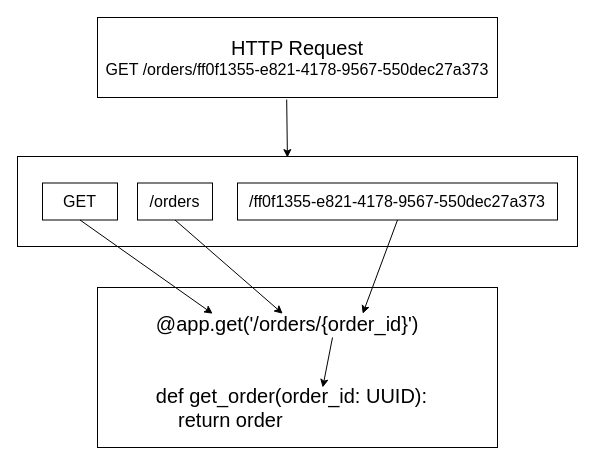
This is page "2.5" (6 of 12) of ch02.drawio from abunuwas/microservices-apis-img, a draw.io file, before an edit. Source tidied: cells renumbered, new cells numbered last; positions are measured from the earlier drawing's top-left corner, leaving out a move shared by most shapes. Both pictures are drawn from the tidied source at 100%, with x=0, y=0 at pixel (17, 17).
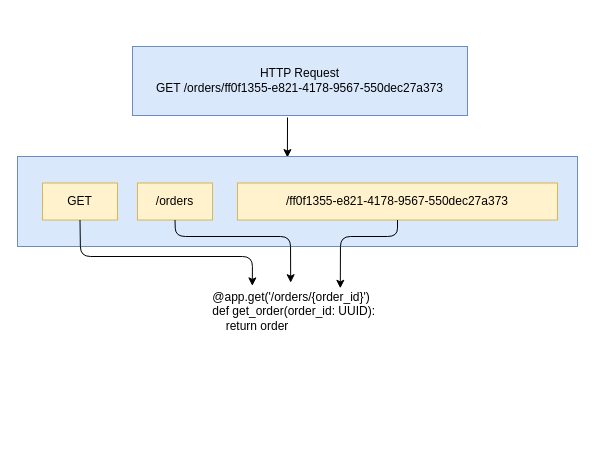
The same page after the edit.

Diff of the diagram source:
```diff
@@
 <mxGraphModel>
   <root>
     <mxCell id="0" />
     <mxCell id="1" parent="0" />
-    <mxCell id="2" value="&lt;font&gt;&lt;font style=&quot;font-size: 20px&quot;&gt;HTTP Request&lt;/font&gt;&lt;br&gt;&lt;span style=&quot;font-size: 16px&quot;&gt;GET /orders/&lt;/span&gt;&lt;span style=&quot;font-size: 16px ; line-height: 15.6933px ; font-family: &amp;#34;calibri&amp;#34; , sans-serif&quot;&gt;ff0f1355-e821-4178-9567-550dec27a373&lt;/span&gt;&lt;/font&gt;&lt;span style=&quot;font-size: medium&quot;&gt;&lt;/span&gt;" style="text;html=1;fillColor=none;align=center;verticalAlign=middle;whiteSpace=wrap;rounded=0;strokeColor=#000000;" parent="1" vertex="1">
-      <mxGeometry x="80" width="400" height="80" as="geometry" />
+    <mxCell id="2" value="&lt;font style=&quot;font-size: 12px;&quot;&gt;&lt;font style=&quot;font-size: 12px;&quot;&gt;HTTP Request&lt;/font&gt;&lt;br style=&quot;font-size: 12px;&quot;&gt;&lt;span style=&quot;font-size: 12px;&quot;&gt;GET /orders/&lt;/span&gt;&lt;span style=&quot;font-size: 12px; line-height: 15.6933px; font-family: calibri, sans-serif;&quot;&gt;ff0f1355-e821-4178-9567-550dec27a373&lt;/span&gt;&lt;/font&gt;&lt;span style=&quot;font-size: 12px;&quot;&gt;&lt;/span&gt;" style="text;html=1;fillColor=#dae8fc;align=center;verticalAlign=middle;whiteSpace=wrap;rounded=0;strokeColor=#6c8ebf;fontSize=12;" parent="1" vertex="1">
+      <mxGeometry x="115" y="29" width="335" height="69" as="geometry" />
     </mxCell>
-    <mxCell id="3" value="&lt;div style=&quot;text-align: left ; font-size: 20px&quot;&gt;&lt;font style=&quot;font-size: 20px&quot;&gt;&lt;br&gt;&lt;/font&gt;&lt;/div&gt;&lt;div style=&quot;text-align: left ; font-size: 20px&quot;&gt;&lt;font style=&quot;font-size: 20px&quot;&gt;@app.get('/orders/{order_id}')&amp;nbsp;&lt;/font&gt;&lt;/div&gt;&lt;div style=&quot;text-align: left ; font-size: 20px&quot;&gt;&lt;font style=&quot;font-size: 20px&quot;&gt;&lt;br&gt;&lt;/font&gt;&lt;/div&gt;&lt;div style=&quot;text-align: left ; font-size: 20px&quot;&gt;&lt;font style=&quot;font-size: 20px&quot;&gt;&amp;nbsp;&lt;/font&gt;&lt;/div&gt;&lt;div style=&quot;text-align: left ; font-size: 20px&quot;&gt;&lt;font style=&quot;font-size: 20px&quot;&gt;def get_order(order_id: UUID):&amp;nbsp;&amp;nbsp;&lt;/font&gt;&lt;/div&gt;&lt;div style=&quot;text-align: left ; font-size: 20px&quot;&gt;&lt;font style=&quot;font-size: 20px&quot;&gt;&amp;nbsp; &amp;nbsp; return order&lt;/font&gt;&lt;/div&gt;&lt;div&gt;&lt;br&gt;&lt;/div&gt;" style="text;html=1;fillColor=none;align=center;verticalAlign=middle;whiteSpace=wrap;rounded=0;strokeColor=#000000;" parent="1" vertex="1">
-      <mxGeometry x="80" y="270" width="400" height="160" as="geometry" />
+    <mxCell id="3" value="&lt;div style=&quot;text-align: left; font-size: 12px;&quot;&gt;&lt;font style=&quot;font-size: 12px;&quot;&gt;&lt;br style=&quot;font-size: 12px;&quot;&gt;&lt;/font&gt;&lt;/div&gt;&lt;div style=&quot;text-align: left; font-size: 12px;&quot;&gt;&lt;font style=&quot;font-size: 12px;&quot;&gt;@app.get('/orders/{order_id}')&amp;nbsp;&lt;/font&gt;&lt;span style=&quot;font-size: 12px;&quot;&gt;&amp;nbsp;&lt;/span&gt;&lt;/div&gt;&lt;div style=&quot;text-align: left; font-size: 12px;&quot;&gt;&lt;font style=&quot;font-size: 12px;&quot;&gt;def get_order(order_id: UUID):&amp;nbsp;&amp;nbsp;&lt;/font&gt;&lt;/div&gt;&lt;div style=&quot;text-align: left; font-size: 12px;&quot;&gt;&lt;font style=&quot;font-size: 12px;&quot;&gt;&amp;nbsp; &amp;nbsp; return order&lt;/font&gt;&lt;/div&gt;&lt;div style=&quot;font-size: 12px;&quot;&gt;&lt;br style=&quot;font-size: 12px;&quot;&gt;&lt;/div&gt;" style="text;html=1;fillColor=none;align=center;verticalAlign=middle;whiteSpace=wrap;rounded=0;fontSize=12;" parent="1" vertex="1">
+      <mxGeometry x="80" y="269" width="400" height="50" as="geometry" />
     </mxCell>
-    <mxCell id="4" style="endArrow=classic;html=1;exitX=0.473;exitY=1.025;exitDx=0;exitDy=0;exitPerimeter=0;entryX=0.482;entryY=0.012;entryDx=0;entryDy=0;entryPerimeter=0;" parent="1" edge="1" source="2" target="5">
-      <mxGeometry relative="1" as="geometry" />
+    <mxCell id="4" style="endArrow=classic;html=1;entryX=0.482;entryY=0.012;entryDx=0;entryDy=0;entryPerimeter=0;fontSize=12;" parent="1" edge="1" target="5">
+      <mxGeometry relative="1" as="geometry">
+        <mxPoint x="270" y="100" as="sourcePoint" />
+      </mxGeometry>
     </mxCell>
-    <mxCell id="5" style="rounded=0;whiteSpace=wrap;html=1;strokeColor=#000000;strokeWidth=1;" parent="1" vertex="1">
+    <mxCell id="5" style="rounded=0;whiteSpace=wrap;html=1;strokeColor=#6c8ebf;strokeWidth=1;fontSize=12;fillColor=#dae8fc;" parent="1" vertex="1">
       <mxGeometry y="139" width="560" height="90" as="geometry" />
     </mxCell>
-    <mxCell id="6" value="&lt;font style=&quot;font-size: 16px&quot;&gt;GET&lt;/font&gt;" style="text;html=1;fillColor=none;align=center;verticalAlign=middle;whiteSpace=wrap;rounded=0;strokeColor=#000000;" parent="1" vertex="1">
+    <mxCell id="6" value="&lt;font style=&quot;font-size: 12px;&quot;&gt;GET&lt;/font&gt;" style="text;html=1;fillColor=#fff2cc;align=center;verticalAlign=middle;whiteSpace=wrap;rounded=0;strokeColor=#d6b656;fontSize=12;" parent="1" vertex="1">
       <mxGeometry x="25" y="165.5" width="75" height="37" as="geometry" />
     </mxCell>
-    <mxCell id="7" value="&lt;font style=&quot;font-size: 16px&quot;&gt;/orders&lt;/font&gt;" style="text;html=1;fillColor=none;align=center;verticalAlign=middle;whiteSpace=wrap;rounded=0;strokeColor=#000000;" parent="1" vertex="1">
+    <mxCell id="7" value="&lt;font style=&quot;font-size: 12px;&quot;&gt;/orders&lt;/font&gt;" style="text;html=1;fillColor=#fff2cc;align=center;verticalAlign=middle;whiteSpace=wrap;rounded=0;strokeColor=#d6b656;fontSize=12;" parent="1" vertex="1">
       <mxGeometry x="120" y="165.5" width="75" height="37" as="geometry" />
     </mxCell>
-    <mxCell id="8" value="&lt;font style=&quot;font-size: 16px&quot;&gt;/&lt;/font&gt;&lt;span style=&quot;font-family: &amp;#34;calibri&amp;#34; , sans-serif ; font-size: 16px&quot;&gt;ff0f1355-e821-4178-9567-550dec27a373&lt;/span&gt;" style="text;html=1;fillColor=none;align=center;verticalAlign=middle;whiteSpace=wrap;rounded=0;strokeColor=#000000;" parent="1" vertex="1">
+    <mxCell id="8" value="&lt;font style=&quot;font-size: 12px;&quot;&gt;/&lt;/font&gt;&lt;span style=&quot;font-family: calibri, sans-serif; font-size: 12px;&quot;&gt;ff0f1355-e821-4178-9567-550dec27a373&lt;/span&gt;" style="text;html=1;fillColor=#fff2cc;align=center;verticalAlign=middle;whiteSpace=wrap;rounded=0;strokeColor=#d6b656;fontSize=12;" parent="1" vertex="1">
       <mxGeometry x="220" y="165.5" width="320" height="37" as="geometry" />
     </mxCell>
-    <mxCell id="9" style="endArrow=classic;html=1;exitX=0.5;exitY=1;exitDx=0;exitDy=0;entryX=0.288;entryY=0.164;entryDx=0;entryDy=0;entryPerimeter=0;" parent="1" edge="1" source="6" target="3">
-      <mxGeometry relative="1" as="geometry" />
+    <mxCell id="9" style="endArrow=classic;html=1;exitX=0.5;exitY=1;exitDx=0;exitDy=0;fontSize=12;entryX=0.387;entryY=-0.012;entryDx=0;entryDy=0;entryPerimeter=0;" parent="1" edge="1" source="6" target="3">
+      <mxGeometry relative="1" as="geometry">
+        <Array as="points">
+          <mxPoint x="63" y="239" />
+          <mxPoint x="235" y="239" />
+        </Array>
+      </mxGeometry>
     </mxCell>
-    <mxCell id="10" style="endArrow=classic;html=1;exitX=0.5;exitY=1;exitDx=0;exitDy=0;entryX=0.463;entryY=0.164;entryDx=0;entryDy=0;entryPerimeter=0;" parent="1" edge="1" source="7" target="3">
-      <mxGeometry relative="1" as="geometry" />
+    <mxCell id="10" style="endArrow=classic;html=1;exitX=0.5;exitY=1;exitDx=0;exitDy=0;fontSize=12;entryX=0.483;entryY=-0.076;entryDx=0;entryDy=0;entryPerimeter=0;" parent="1" edge="1" source="7" target="3">
+      <mxGeometry relative="1" as="geometry">
+        <Array as="points">
+          <mxPoint x="158" y="219" />
+          <mxPoint x="273" y="219" />
+        </Array>
+      </mxGeometry>
     </mxCell>
-    <mxCell id="11" style="endArrow=classic;html=1;exitX=0.5;exitY=1;exitDx=0;exitDy=0;entryX=0.663;entryY=0.164;entryDx=0;entryDy=0;entryPerimeter=0;" parent="1" edge="1" source="8" target="3">
-      <mxGeometry relative="1" as="geometry" />
+    <mxCell id="11" style="endArrow=classic;html=1;exitX=0.5;exitY=1;exitDx=0;exitDy=0;fontSize=12;entryX=0.607;entryY=0.036;entryDx=0;entryDy=0;entryPerimeter=0;" parent="1" edge="1" source="8" target="3">
+      <mxGeometry relative="1" as="geometry">
+        <Array as="points">
+          <mxPoint x="380" y="219" />
+          <mxPoint x="323" y="219" />
+        </Array>
+      </mxGeometry>
     </mxCell>
-    <mxCell id="12" style="endArrow=classic;html=1;entryX=0.563;entryY=0.625;entryDx=0;entryDy=0;entryPerimeter=0;" parent="1" edge="1" target="3">
-      <mxGeometry relative="1" as="geometry">
-        <mxPoint x="315" y="320" as="sourcePoint" />
-      </mxGeometry>
-    </mxCell>
   </root>
 </mxGraphModel>
```
